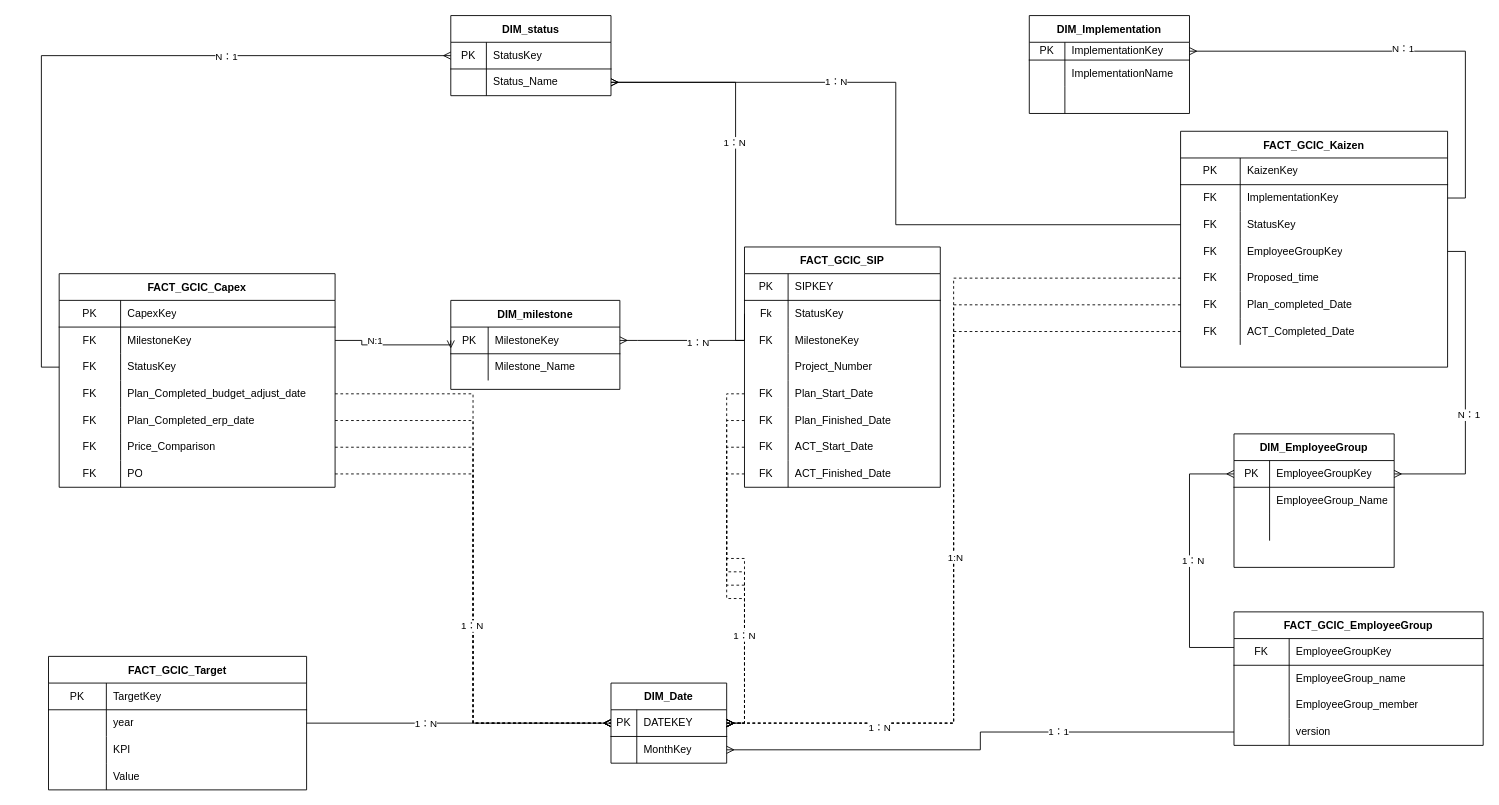
cyz12/an keeps this draw.io diagram as Untitled Diagram.drawio. Above is the earlier version. Source tidied: cells renumbered, new cells numbered last; positions are measured from the earlier drawing's top-left corner, leaving out a move shared by most shapes. Both pictures are drawn from the tidied source at 89%, with x=0, y=0 at pixel (48, 15).
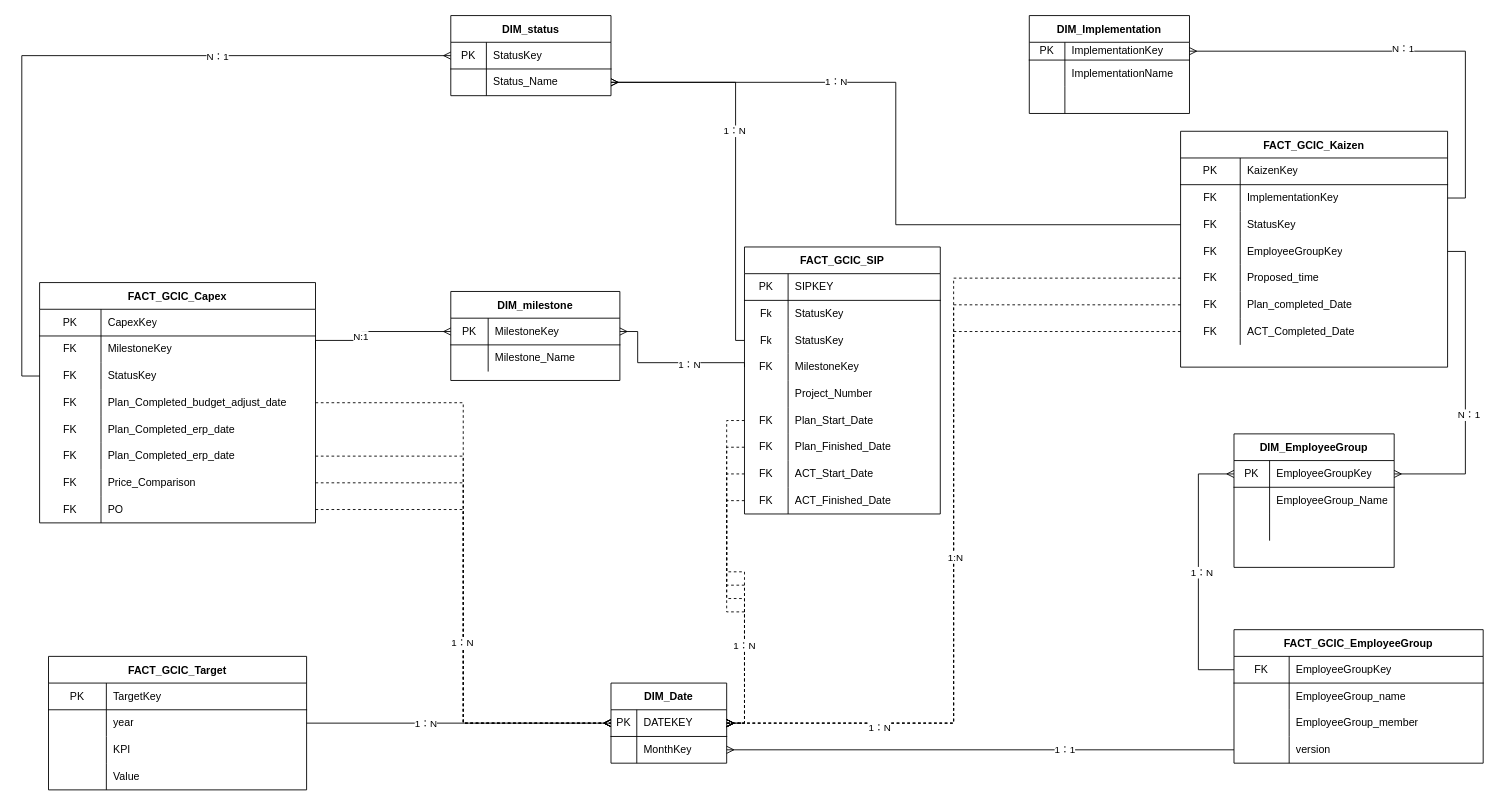
Above is the later version.

Unchanged cells that the change refers to:
```xml
<mxCell id="3" style="shape=partialRectangle;html=1;whiteSpace=wrap;fillColor=none;top=0;left=0;bottom=1;right=0;points=[[0,0.5],[1,0.5]];portConstraint=eastwest;" parent="2" vertex="1">
  <mxGeometry y="30" width="180" height="30" as="geometry" />
</mxCell>
<mxCell id="51" style="shape=partialRectangle;html=1;whiteSpace=wrap;fillColor=none;top=0;left=0;bottom=0;right=0;points=[[0,0.5],[1,0.5]];portConstraint=eastwest;" parent="47" vertex="1">
  <mxGeometry y="60" width="180" height="30" as="geometry" />
</mxCell>
<mxCell id="80" style="shape=partialRectangle;html=1;whiteSpace=wrap;fillColor=none;top=0;left=0;bottom=0;right=0;points=[[0,0.5],[1,0.5]];portConstraint=eastwest;" parent="76" vertex="1">
  <mxGeometry y="60" width="310" height="30" as="geometry" />
</mxCell>
<mxCell id="112" style="shape=partialRectangle;html=1;whiteSpace=wrap;fillColor=none;top=0;left=0;bottom=1;right=0;points=[[0,0.5],[1,0.5]];portConstraint=eastwest;" parent="111" vertex="1">
  <mxGeometry y="30" width="190" height="30" as="geometry" />
</mxCell>
<mxCell id="119" style="shape=partialRectangle;html=1;whiteSpace=wrap;fillColor=none;top=0;left=0;bottom=1;right=0;points=[[0,0.5],[1,0.5]];portConstraint=eastwest;" parent="118" vertex="1">
  <mxGeometry y="30" width="280" height="30" as="geometry" />
</mxCell>
```

What changed in the source:
```diff
@@
     <mxCell id="12" value="FACT_GCIC_SIP" style="shape=table;startSize=30;childLayout=tableLayout;rowLines=0;fontStyle=1;align=center;" parent="1" vertex="1">
-      <mxGeometry x="782" y="260" width="220" height="270" as="geometry" />
+      <mxGeometry x="782" y="260" width="220" height="300" as="geometry" />
     </mxCell>
@@
+    <mxCell id="173" style="shape=partialRectangle;html=1;whiteSpace=wrap;fillColor=none;top=0;left=0;bottom=0;right=0;" parent="12" vertex="1">
+      <mxGeometry y="60" width="220" height="30" as="geometry" />
+    </mxCell>
+    <mxCell id="174" value="Fk" style="shape=partialRectangle;html=1;whiteSpace=wrap;fillColor=none;top=0;left=0;bottom=0;right=0;overflow=hidden;" parent="173" vertex="1">
+      <mxGeometry width="49" height="30" as="geometry" />
+    </mxCell>
+    <mxCell id="175" value="StatusKey" style="shape=partialRectangle;html=1;whiteSpace=wrap;fillColor=none;top=0;left=0;bottom=0;right=0;align=left;spacingLeft=6;overflow=hidden;" parent="173" vertex="1">
+      <mxGeometry x="49" width="171" height="30" as="geometry" />
+    </mxCell>
     <mxCell id="16" style="shape=partialRectangle;html=1;whiteSpace=wrap;fillColor=none;top=0;left=0;bottom=0;right=0;points=[[0,0.5],[1,0.5]];portConstraint=eastwest;" parent="12" vertex="1">
-      <mxGeometry y="60" width="220" height="30" as="geometry" />
+      <mxGeometry y="90" width="220" height="30" as="geometry" />
     </mxCell>
@@
     <mxCell id="19" style="shape=partialRectangle;html=1;whiteSpace=wrap;fillColor=none;top=0;left=0;bottom=0;right=0;points=[[0,0.5],[1,0.5]];portConstraint=eastwest;" parent="12" vertex="1">
-      <mxGeometry y="90" width="220" height="30" as="geometry" />
+      <mxGeometry y="120" width="220" height="30" as="geometry" />
     </mxCell>
@@
     <mxCell id="22" style="shape=partialRectangle;html=1;whiteSpace=wrap;fillColor=none;top=0;left=0;bottom=0;right=0;" parent="12" vertex="1">
-      <mxGeometry y="120" width="220" height="30" as="geometry" />
+      <mxGeometry y="150" width="220" height="30" as="geometry" />
     </mxCell>
@@
     <mxCell id="25" style="shape=partialRectangle;html=1;whiteSpace=wrap;fillColor=none;top=0;left=0;bottom=0;right=0;points=[[0,0.5],[1,0.5]];portConstraint=eastwest;" parent="12" vertex="1">
-      <mxGeometry y="150" width="220" height="30" as="geometry" />
+      <mxGeometry y="180" width="220" height="30" as="geometry" />
     </mxCell>
@@
     <mxCell id="28" style="shape=partialRectangle;html=1;whiteSpace=wrap;fillColor=none;top=0;left=0;bottom=0;right=0;points=[[0,0.5],[1,0.5]];portConstraint=eastwest;" parent="12" vertex="1">
-      <mxGeometry y="180" width="220" height="30" as="geometry" />
+      <mxGeometry y="210" width="220" height="30" as="geometry" />
     </mxCell>
@@
     <mxCell id="31" style="shape=partialRectangle;html=1;whiteSpace=wrap;fillColor=none;top=0;left=0;bottom=0;right=0;points=[[0,0.5],[1,0.5]];portConstraint=eastwest;" parent="12" vertex="1">
-      <mxGeometry y="210" width="220" height="30" as="geometry" />
+      <mxGeometry y="240" width="220" height="30" as="geometry" />
     </mxCell>
@@
     <mxCell id="34" style="shape=partialRectangle;html=1;whiteSpace=wrap;fillColor=none;top=0;left=0;bottom=0;right=0;points=[[0,0.5],[1,0.5]];portConstraint=eastwest;" parent="12" vertex="1">
-      <mxGeometry y="240" width="220" height="30" as="geometry" />
+      <mxGeometry y="270" width="220" height="30" as="geometry" />
     </mxCell>
@@
     <mxCell id="76" value="FACT_GCIC_Capex" style="shape=table;startSize=30;childLayout=tableLayout;rowLines=0;fontStyle=1;align=center;" parent="1" vertex="1">
-      <mxGeometry x="12" y="290" width="310" height="240" as="geometry" />
+      <mxGeometry x="-10" y="300" width="310" height="270" as="geometry" />
     </mxCell>
@@
+    <mxCell id="176" style="shape=partialRectangle;html=1;whiteSpace=wrap;fillColor=none;top=0;left=0;bottom=0;right=0;" parent="76" vertex="1">
+      <mxGeometry y="150" width="310" height="30" as="geometry" />
+    </mxCell>
+    <mxCell id="177" value="FK" style="shape=partialRectangle;html=1;whiteSpace=wrap;fillColor=none;top=0;left=0;bottom=0;right=0;overflow=hidden;" parent="176" vertex="1">
+      <mxGeometry width="69" height="30" as="geometry" />
+    </mxCell>
+    <mxCell id="178" value="Plan_Completed_erp_date" style="shape=partialRectangle;html=1;whiteSpace=wrap;fillColor=none;top=0;left=0;bottom=0;right=0;align=left;spacingLeft=6;overflow=hidden;" parent="176" vertex="1">
+      <mxGeometry x="69" width="241" height="30" as="geometry" />
+    </mxCell>
     <mxCell id="89" style="shape=partialRectangle;html=1;whiteSpace=wrap;fillColor=none;top=0;left=0;bottom=0;right=0;points=[[0,0.5],[1,0.5]];portConstraint=eastwest;" parent="76" vertex="1">
-      <mxGeometry y="150" width="310" height="30" as="geometry" />
+      <mxGeometry y="180" width="310" height="30" as="geometry" />
     </mxCell>
@@
     <mxCell id="92" style="shape=partialRectangle;html=1;whiteSpace=wrap;fillColor=none;top=0;left=0;bottom=0;right=0;points=[[0,0.5],[1,0.5]];portConstraint=eastwest;" parent="76" vertex="1">
-      <mxGeometry y="180" width="310" height="30" as="geometry" />
+      <mxGeometry y="210" width="310" height="30" as="geometry" />
     </mxCell>
@@
     <mxCell id="95" style="shape=partialRectangle;html=1;whiteSpace=wrap;fillColor=none;top=0;left=0;bottom=0;right=0;points=[[0,0.5],[1,0.5]];portConstraint=eastwest;" parent="76" vertex="1">
-      <mxGeometry y="210" width="310" height="30" as="geometry" />
+      <mxGeometry y="240" width="310" height="30" as="geometry" />
     </mxCell>
@@
     <mxCell id="111" value="DIM_milestone" style="shape=table;startSize=30;childLayout=tableLayout;rowLines=0;fontStyle=1;align=center;" parent="1" vertex="1">
-      <mxGeometry x="452" y="320" width="190" height="100" as="geometry" />
+      <mxGeometry x="452" y="310" width="190" height="100" as="geometry" />
     </mxCell>
@@
     <mxCell id="118" value="FACT_GCIC_EmployeeGroup" style="shape=table;startSize=30;childLayout=tableLayout;rowLines=0;fontStyle=1;align=center;" parent="1" vertex="1">
-      <mxGeometry x="1332" y="670" width="280" height="150" as="geometry" />
+      <mxGeometry x="1332" y="690" width="280" height="150" as="geometry" />
     </mxCell>
@@
     <mxCell id="147" style="edgeStyle=orthogonalEdgeStyle;rounded=0;jettySize=auto;html=1;exitX=1;exitY=0.5;exitDx=0;exitDy=0;entryX=0;entryY=0.5;entryDx=0;entryDy=0;endArrow=ERmany;endFill=0;" parent="1" edge="1" source="80" target="112">
       <mxGeometry relative="1" as="geometry">
         <Array as="points">
-          <mxPoint x="352" y="370" />
-          <mxPoint x="452" y="370" />
+          <mxPoint x="352" y="365" />
+          <mxPoint x="352" y="355" />
         </Array>
       </mxGeometry>
     </mxCell>
@@
     <mxCell id="149" style="edgeStyle=orthogonalEdgeStyle;rounded=0;jettySize=auto;html=1;exitX=0;exitY=0.5;exitDx=0;exitDy=0;entryX=1;entryY=0.5;entryDx=0;entryDy=0;endArrow=ERmany;endFill=0;" parent="1" edge="1" source="19" target="112">
       <mxGeometry relative="1" as="geometry">
         <Array as="points">
-          <mxPoint x="662" y="365" />
-          <mxPoint x="662" y="365" />
+          <mxPoint x="782" y="390" />
+          <mxPoint x="662" y="390" />
+          <mxPoint x="662" y="355" />
         </Array>
       </mxGeometry>
     </mxCell>
@@
     <mxCell id="151" style="edgeStyle=orthogonalEdgeStyle;rounded=0;jettySize=auto;html=1;exitX=0;exitY=0.5;exitDx=0;exitDy=0;endArrow=ERmany;endFill=0;" parent="1" edge="1" source="16" target="51">
       <mxGeometry relative="1" as="geometry">
         <Array as="points">
-          <mxPoint x="782" y="365" />
           <mxPoint x="772" y="365" />
           <mxPoint x="772" y="75" />
         </Array>
       </mxGeometry>
     </mxCell>
@@
-    <mxCell id="169" style="edgeStyle=orthogonalEdgeStyle;rounded=0;jettySize=auto;html=1;entryX=0;entryY=0.5;entryDx=0;entryDy=0;endArrow=ERmany;endFill=0;" parent="1" edge="1" source="119" target="3">
+    <mxCell id="169" style="edgeStyle=orthogonalEdgeStyle;rounded=0;jettySize=auto;html=1;entryX=0;entryY=0.5;entryDx=0;entryDy=0;endArrow=ERmany;endFill=0;exitX=0;exitY=0.5;exitDx=0;exitDy=0;" parent="1" edge="1" source="119" target="3">
       <mxGeometry relative="1" as="geometry">
         <Array as="points">
-          <mxPoint x="1282" y="710" />
-          <mxPoint x="1282" y="515" />
+          <mxPoint x="1292" y="735" />
+          <mxPoint x="1292" y="515" />
         </Array>
       </mxGeometry>
     </mxCell>
```
